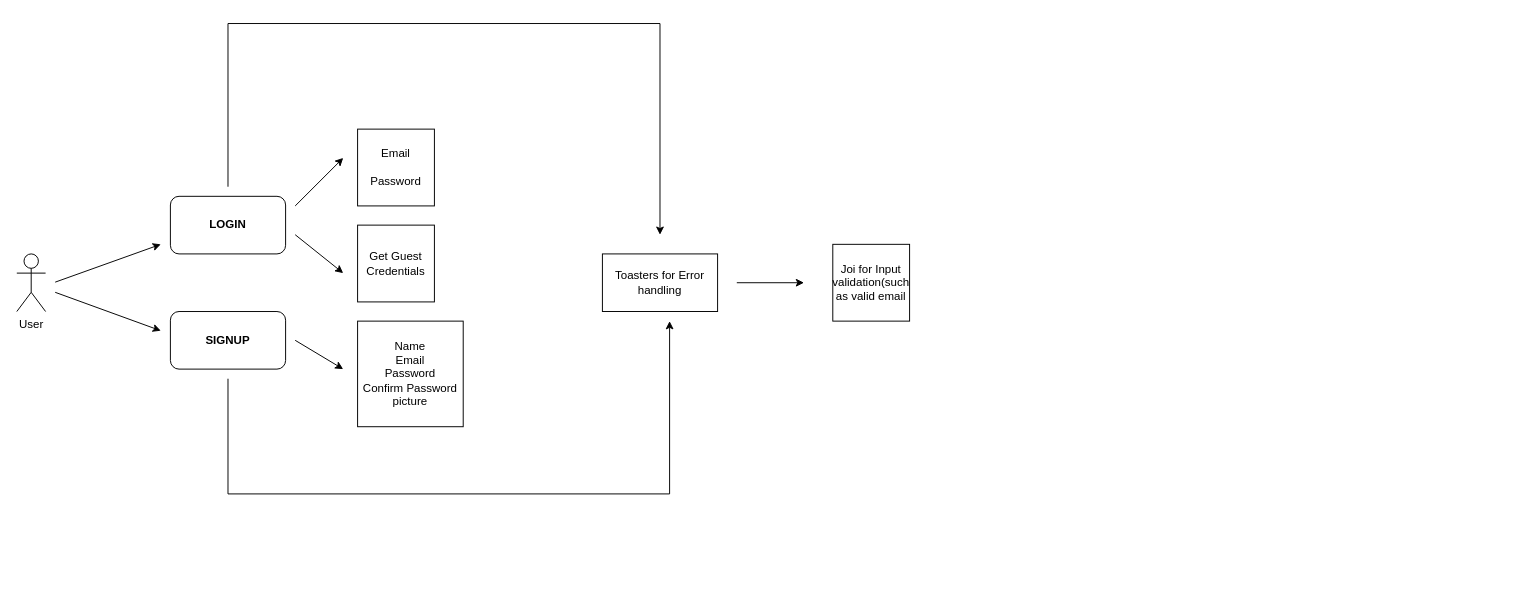
This is Untitled Diagram.drawio from Premiiitn/Talk-A-Tive, a draw.io file, before an edit. Source tidied: cells renumbered, new cells numbered last; positions are measured from the earlier drawing's top-left corner, leaving out a move shared by most shapes. Both pictures are drawn from the tidied source at 96%, with x=0, y=0 at pixel (16, 23).
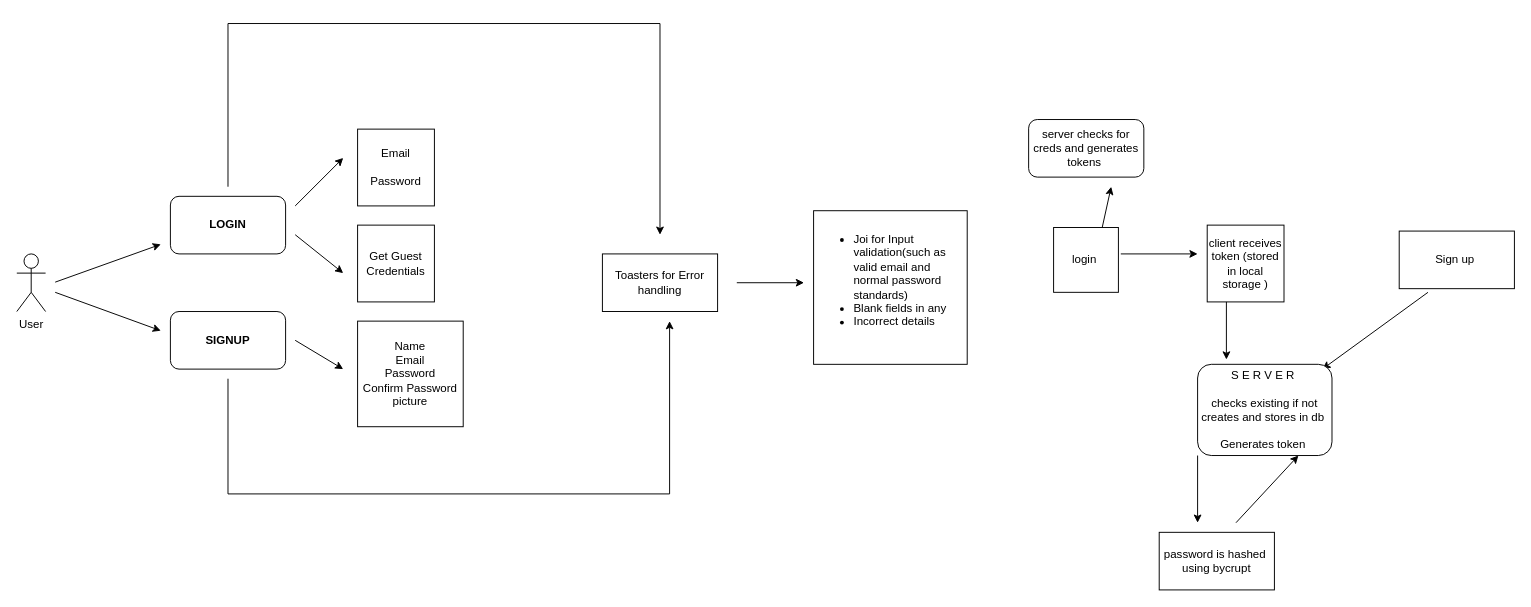
After the change.

The edit, as a diff of the source:
```diff
@@
-    <mxCell id="18" value="Joi for Input validation(such as valid email" style="whiteSpace=wrap;html=1;" parent="1" vertex="1">
-      <mxGeometry x="850" y="230" width="80" height="80" as="geometry" />
+    <mxCell id="18" value="&lt;ul&gt;&lt;li&gt;Joi for Input validation(such as valid email and normal password standards)&lt;/li&gt;&lt;li&gt;Blank fields in any&lt;/li&gt;&lt;li&gt;Incorrect details&lt;/li&gt;&lt;/ul&gt;&lt;div&gt;&lt;br&gt;&lt;/div&gt;" style="whiteSpace=wrap;html=1;align=left;" parent="1" vertex="1">
+      <mxGeometry x="830" y="195" width="160" height="160" as="geometry" />
     </mxCell>
+    <mxCell id="19" value="login&amp;nbsp;" style="whiteSpace=wrap;html=1;" parent="1" vertex="1">
+      <mxGeometry x="1080" y="212.5" width="67.5" height="67.5" as="geometry" />
+    </mxCell>
+    <mxCell id="20" style="endArrow=classic;html=1;rounded=0;" parent="1" edge="1">
+      <mxGeometry relative="1" as="geometry">
+        <mxPoint x="1150" y="240" as="sourcePoint" />
+        <mxPoint x="1230" y="240" as="targetPoint" />
+      </mxGeometry>
+    </mxCell>
+    <mxCell id="21" value="client receives token (stored in local storage )" style="whiteSpace=wrap;html=1;" parent="1" vertex="1">
+      <mxGeometry x="1240" y="210" width="80" height="80" as="geometry" />
+    </mxCell>
+    <mxCell id="22" value="server checks for creds and generates tokens&amp;nbsp;" style="rounded=1;whiteSpace=wrap;html=1;" parent="1" vertex="1">
+      <mxGeometry x="1054" y="100" width="120" height="60" as="geometry" />
+    </mxCell>
+    <mxCell id="23" style="endArrow=classic;html=1;rounded=0;exitX=0.75;exitY=0;exitDx=0;exitDy=0;" parent="1" edge="1" source="19">
+      <mxGeometry relative="1" as="geometry">
+        <mxPoint x="1140" y="170" as="targetPoint" />
+      </mxGeometry>
+    </mxCell>
+    <mxCell id="24" value="Sign up&amp;nbsp;" style="rounded=0;whiteSpace=wrap;html=1;" parent="1" vertex="1">
+      <mxGeometry x="1440" y="216.2" width="120" height="60" as="geometry" />
+    </mxCell>
+    <mxCell id="25" style="endArrow=classic;html=1;rounded=0;exitX=0.25;exitY=1;exitDx=0;exitDy=0;" parent="1" edge="1" source="21">
+      <mxGeometry relative="1" as="geometry">
+        <mxPoint x="1260" y="350" as="targetPoint" />
+      </mxGeometry>
+    </mxCell>
+    <mxCell id="26" style="endArrow=classic;html=1;rounded=0;" parent="1" edge="1">
+      <mxGeometry relative="1" as="geometry">
+        <mxPoint x="1470" y="280" as="sourcePoint" />
+        <mxPoint x="1360" y="360" as="targetPoint" />
+      </mxGeometry>
+    </mxCell>
+    <mxCell id="27" value="S E R V E R&amp;nbsp;&lt;div&gt;&lt;br&gt;&lt;/div&gt;&lt;div&gt;checks existing if not creates and stores in db&amp;nbsp;&lt;/div&gt;&lt;div&gt;&lt;br&gt;&lt;/div&gt;&lt;div&gt;Generates token&amp;nbsp;&lt;/div&gt;" style="rounded=1;whiteSpace=wrap;html=1;" parent="1" vertex="1">
+      <mxGeometry x="1230" y="355" width="140" height="95" as="geometry" />
+    </mxCell>
+    <mxCell id="28" style="endArrow=classic;html=1;rounded=0;exitX=0;exitY=1;exitDx=0;exitDy=0;" parent="1" edge="1" source="27">
+      <mxGeometry relative="1" as="geometry">
+        <mxPoint x="1230" y="520" as="targetPoint" />
+      </mxGeometry>
+    </mxCell>
+    <mxCell id="29" value="password is hashed&amp;nbsp;&lt;div&gt;using bycrupt&lt;/div&gt;" style="rounded=0;whiteSpace=wrap;html=1;" parent="1" vertex="1">
+      <mxGeometry x="1190" y="530" width="120" height="60" as="geometry" />
+    </mxCell>
+    <mxCell id="30" style="endArrow=classic;html=1;rounded=0;entryX=0.75;entryY=1;entryDx=0;entryDy=0;" parent="1" edge="1" target="27">
+      <mxGeometry relative="1" as="geometry">
+        <mxPoint x="1270" y="520" as="sourcePoint" />
+      </mxGeometry>
+    </mxCell>
```
